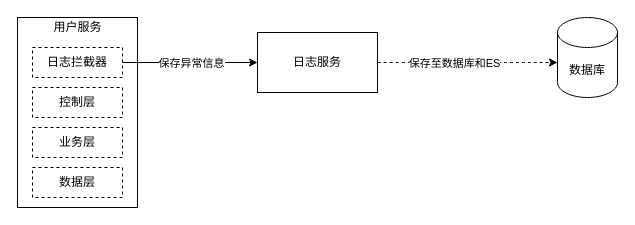
Before: 牙管家/牙管家-日志解决方案.drawio in cherishsince/diagrams.net, a draw.io diagram. Source tidied: cells renumbered, new cells numbered last; positions are measured from the earlier drawing's top-left corner, leaving out a move shared by most shapes. Both pictures are drawn from the tidied source at 100%, with x=0, y=0 at pixel (17, 17).
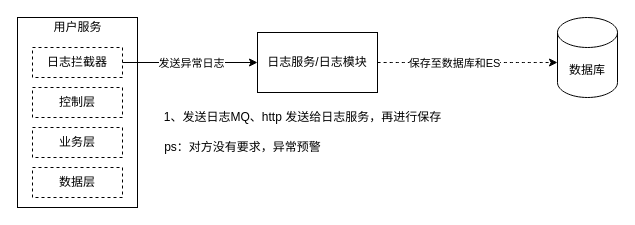
After the change.

Commit message (it also covers changes not shown here):
更新牙管家-日志解决方案.drawio

What changed in the source:
```diff
@@
 <mxGraphModel>
   <root>
     <mxCell id="0" />
     <mxCell id="1" parent="0" />
     <mxCell id="2" value="数据库" style="shape=cylinder3;whiteSpace=wrap;html=1;boundedLbl=1;backgroundOutline=1;size=15;" parent="1" vertex="1">
       <mxGeometry x="540" width="60" height="80" as="geometry" />
     </mxCell>
     <mxCell id="3" style="group;" parent="1" vertex="1">
       <mxGeometry width="120" height="190" as="geometry" />
     </mxCell>
     <mxCell id="4" style="rounded=0;whiteSpace=wrap;html=1;" parent="3" vertex="1">
       <mxGeometry width="120" height="190" as="geometry" />
     </mxCell>
     <mxCell id="5" value="日志拦截器" style="rounded=0;whiteSpace=wrap;html=1;dashed=1;" parent="3" vertex="1">
       <mxGeometry x="15" y="30" width="90" height="30" as="geometry" />
     </mxCell>
     <mxCell id="6" value="控制层" style="rounded=0;whiteSpace=wrap;html=1;dashed=1;" parent="3" vertex="1">
       <mxGeometry x="15" y="70" width="90" height="30" as="geometry" />
     </mxCell>
     <mxCell id="7" value="用户服务" style="text;html=1;align=center;verticalAlign=middle;strokeColor=none;" parent="3" vertex="1">
       <mxGeometry x="30" width="60" height="20" as="geometry" />
     </mxCell>
     <mxCell id="8" value="业务层" style="rounded=0;whiteSpace=wrap;html=1;dashed=1;" parent="3" vertex="1">
       <mxGeometry x="15" y="110" width="90" height="30" as="geometry" />
     </mxCell>
     <mxCell id="9" value="数据层" style="rounded=0;whiteSpace=wrap;html=1;dashed=1;" parent="3" vertex="1">
       <mxGeometry x="15" y="150" width="90" height="30" as="geometry" />
     </mxCell>
     <mxCell id="10" style="edgeStyle=orthogonalEdgeStyle;curved=1;rounded=0;jettySize=auto;html=1;dashed=1;" parent="1" edge="1" source="12">
       <mxGeometry relative="1" as="geometry">
         <mxPoint x="540" y="45" as="targetPoint" />
       </mxGeometry>
     </mxCell>
     <mxCell id="11" value="保存至数据库和ES" style="edgeLabel;html=1;align=center;verticalAlign=middle;" parent="10" vertex="1">
       <mxGeometry x="-0.16" y="-1" relative="1" as="geometry">
         <mxPoint y="-1" as="offset" />
       </mxGeometry>
     </mxCell>
-    <mxCell id="12" value="日志服务" style="rounded=0;whiteSpace=wrap;html=1;" parent="1" vertex="1">
+    <mxCell id="12" value="日志服务/日志模块" style="rounded=0;whiteSpace=wrap;html=1;" parent="1" vertex="1">
       <mxGeometry x="240" y="15" width="120" height="60" as="geometry" />
     </mxCell>
     <mxCell id="13" style="edgeStyle=orthogonalEdgeStyle;rounded=0;jettySize=auto;html=1;entryX=0;entryY=0.5;entryDx=0;entryDy=0;" parent="1" edge="1" source="5" target="12">
       <mxGeometry relative="1" as="geometry" />
     </mxCell>
-    <mxCell id="14" value="保存异常信息" style="edgeLabel;html=1;align=center;verticalAlign=middle;" parent="13" vertex="1">
+    <mxCell id="14" value="发送异常日志" style="edgeLabel;html=1;align=center;verticalAlign=middle;" parent="13" vertex="1">
       <mxGeometry x="0.01" relative="1" as="geometry" />
     </mxCell>
+    <mxCell id="15" value="1、发送日志MQ、http 发送给日志服务，再进行保存" style="text;html=1;align=center;verticalAlign=middle;strokeColor=none;" parent="1" vertex="1">
+      <mxGeometry x="140" y="90" width="290" height="20" as="geometry" />
+    </mxCell>
+    <mxCell id="16" value="ps：对方没有要求，异常预警" style="text;html=1;align=center;verticalAlign=middle;strokeColor=none;" parent="1" vertex="1">
+      <mxGeometry x="140" y="120" width="170" height="20" as="geometry" />
+    </mxCell>
   </root>
 </mxGraphModel>
```
